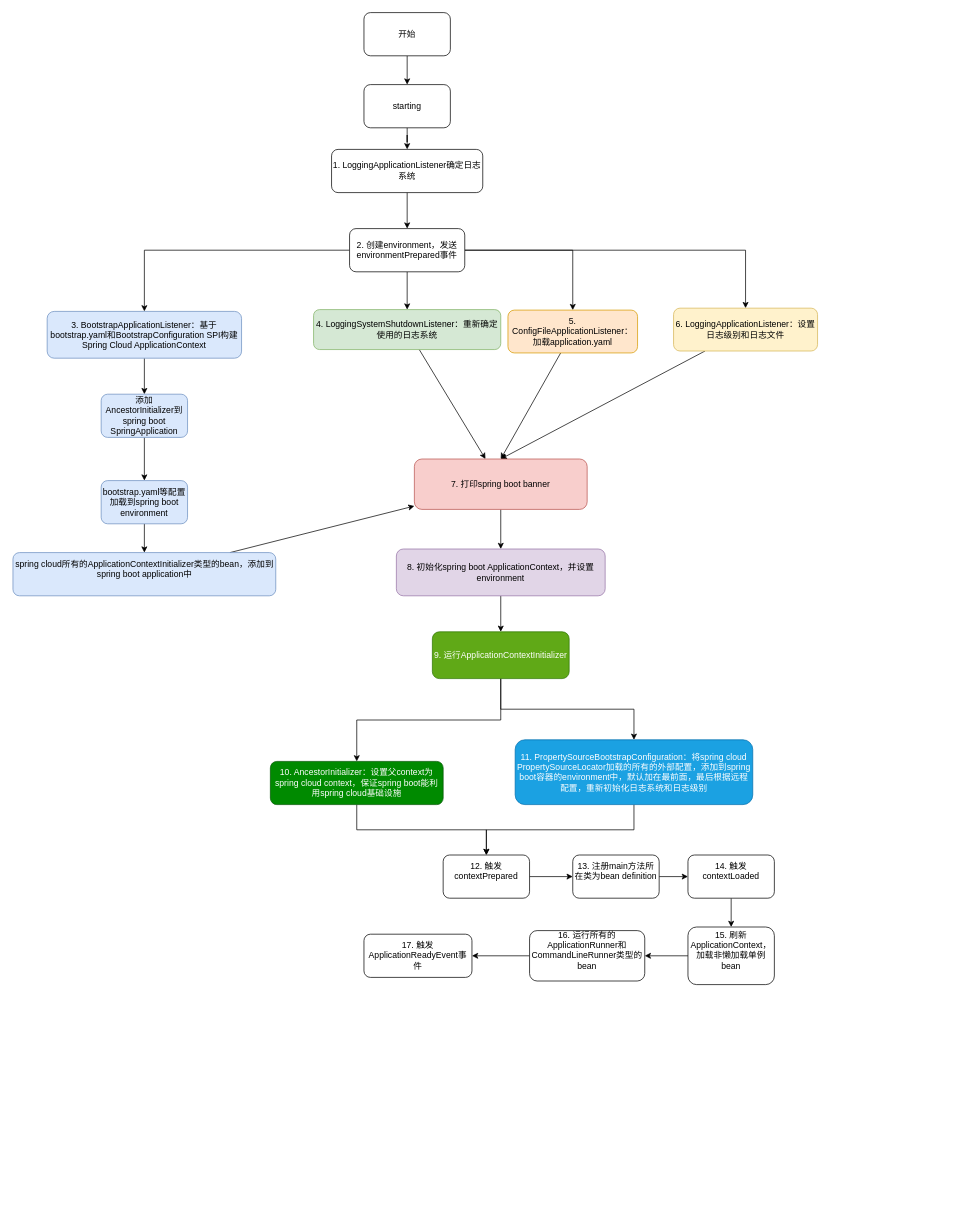
jessin20161124/javase1 keeps this draw.io diagram as spring boot整体运行过程.drawio. Above is the earlier version. Source tidied: cells renumbered, new cells numbered last; positions are measured from the earlier drawing's top-left corner, leaving out a move shared by most shapes. Both pictures are drawn from the tidied source at 72%, with x=0, y=0 at pixel (12, 12).
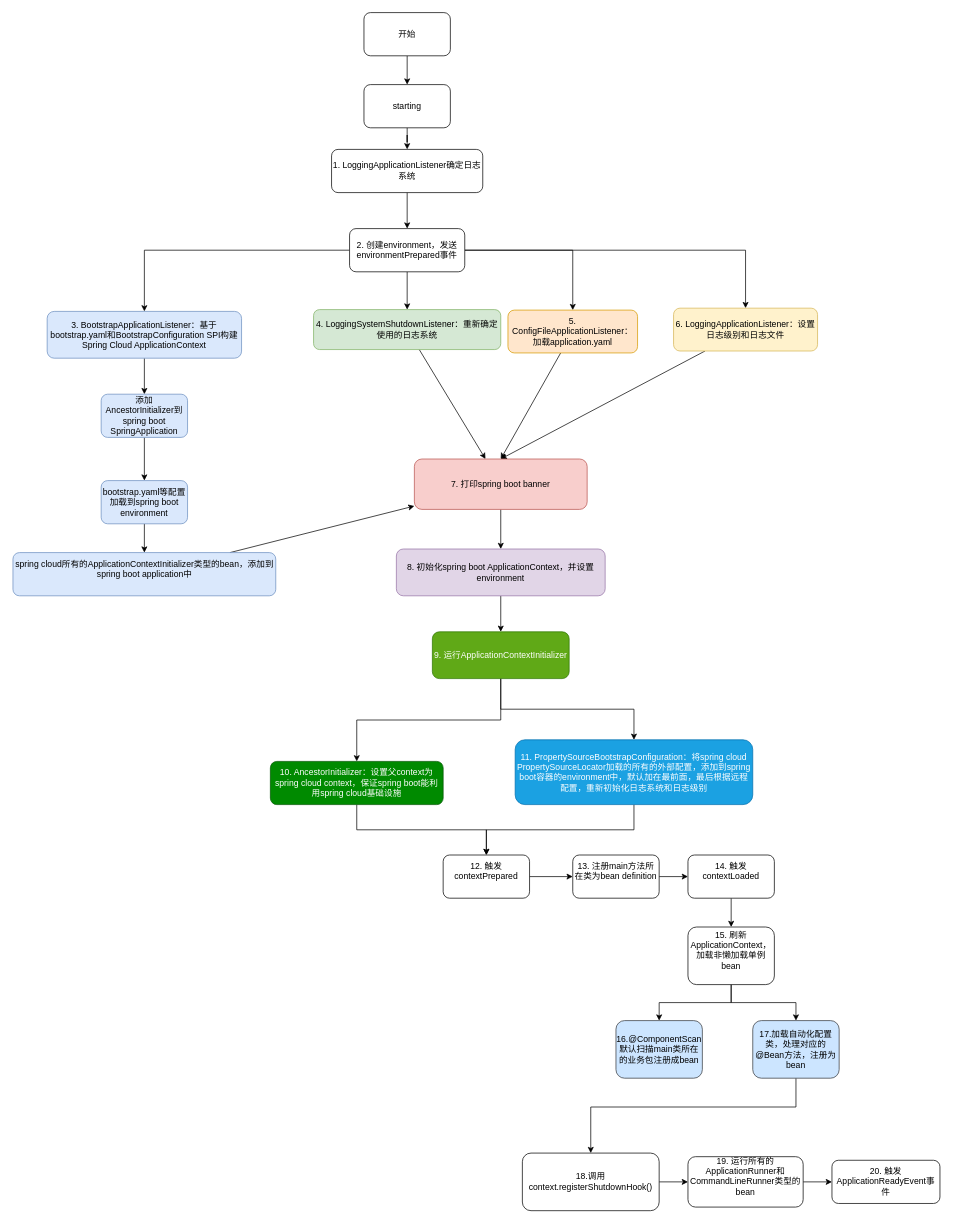
Above is the later version.

Commit message:
更新spring boot整体运行过程

The change refers to these unchanged cells:
```xml
<mxCell id="45" value="&lt;div&gt;&lt;div&gt;&lt;div&gt;15. 刷新ApplicationContext，加载非懒加载单例bean&lt;/div&gt;&lt;/div&gt;&lt;/div&gt;&lt;div&gt;&lt;br&gt;&lt;/div&gt;" style="rounded=1;whiteSpace=wrap;html=1;" parent="1" vertex="1">
  <mxGeometry x="938" y="1270" width="120" height="80" as="geometry" />
</mxCell>
```

Change to the diagram source:
```diff
@@
-    <mxCell id="44" style="edgeStyle=orthogonalEdgeStyle;rounded=0;jettySize=auto;html=1;" parent="1" edge="1" source="45" target="47">
-      <mxGeometry relative="1" as="geometry" />
-    </mxCell>
+    <mxCell id="49" style="edgeStyle=orthogonalEdgeStyle;rounded=0;jettySize=auto;html=1;" parent="1" edge="1" source="45" target="51">
+      <mxGeometry relative="1" as="geometry" />
+    </mxCell>
+    <mxCell id="50" style="edgeStyle=orthogonalEdgeStyle;rounded=0;jettySize=auto;html=1;" parent="1" edge="1" source="45" target="53">
+      <mxGeometry relative="1" as="geometry" />
+    </mxCell>
@@
-    <mxCell id="46" style="edgeStyle=orthogonalEdgeStyle;rounded=0;jettySize=auto;html=1;entryX=1;entryY=0.5;entryDx=0;entryDy=0;" parent="1" edge="1" source="47" target="48">
+    <mxCell id="46" style="edgeStyle=orthogonalEdgeStyle;rounded=0;jettySize=auto;html=1;entryX=0;entryY=0.5;entryDx=0;entryDy=0;" parent="1" edge="1" source="47" target="48">
       <mxGeometry relative="1" as="geometry" />
     </mxCell>
-    <mxCell id="47" value="&lt;div&gt;&lt;div&gt;&lt;div&gt;&lt;div&gt;16. 运行所有的ApplicationRunner和CommandLineRunner类型的bean&lt;/div&gt;&lt;/div&gt;&lt;/div&gt;&lt;/div&gt;&lt;div&gt;&lt;br&gt;&lt;/div&gt;" style="rounded=1;whiteSpace=wrap;html=1;" parent="1" vertex="1">
-      <mxGeometry x="718" y="1275" width="160" height="70" as="geometry" />
+    <mxCell id="47" value="&lt;div&gt;&lt;div&gt;&lt;div&gt;&lt;div&gt;19. 运行所有的ApplicationRunner和CommandLineRunner类型的bean&lt;/div&gt;&lt;/div&gt;&lt;/div&gt;&lt;/div&gt;&lt;div&gt;&lt;br&gt;&lt;/div&gt;" style="rounded=1;whiteSpace=wrap;html=1;" parent="1" vertex="1">
+      <mxGeometry x="938" y="1589" width="160" height="70" as="geometry" />
     </mxCell>
-    <mxCell id="48" value="17. 触发ApplicationReadyEvent事件" style="rounded=1;whiteSpace=wrap;html=1;" parent="1" vertex="1">
-      <mxGeometry x="488" y="1280" width="150" height="60" as="geometry" />
+    <mxCell id="48" value="20. 触发ApplicationReadyEvent事件" style="rounded=1;whiteSpace=wrap;html=1;" parent="1" vertex="1">
+      <mxGeometry x="1138" y="1594" width="150" height="60" as="geometry" />
     </mxCell>
+    <mxCell id="51" value="&lt;div&gt;&lt;div&gt;&lt;div&gt;16.@ComponentScan默认扫描main类所在的业务包注册成bean&lt;br&gt;&lt;/div&gt;&lt;/div&gt;&lt;/div&gt;" style="rounded=1;whiteSpace=wrap;html=1;fillColor=#cce5ff;strokeColor=#36393d;" parent="1" vertex="1">
+      <mxGeometry x="838" y="1400" width="120" height="80" as="geometry" />
+    </mxCell>
+    <mxCell id="52" style="edgeStyle=orthogonalEdgeStyle;rounded=0;jettySize=auto;html=1;" parent="1" edge="1" source="53" target="55">
+      <mxGeometry relative="1" as="geometry">
+        <Array as="points">
+          <mxPoint x="1088" y="1520" />
+          <mxPoint x="803" y="1520" />
+        </Array>
+      </mxGeometry>
+    </mxCell>
+    <mxCell id="53" value="&lt;div&gt;&lt;div&gt;&lt;div&gt;17.加载自动化配置类，处理对应的@Bean方法，注册为bean&lt;br&gt;&lt;/div&gt;&lt;/div&gt;&lt;/div&gt;" style="rounded=1;whiteSpace=wrap;html=1;fillColor=#cce5ff;strokeColor=#36393d;" parent="1" vertex="1">
+      <mxGeometry x="1028" y="1400" width="120" height="80" as="geometry" />
+    </mxCell>
+    <mxCell id="54" style="edgeStyle=orthogonalEdgeStyle;rounded=0;jettySize=auto;html=1;entryX=0;entryY=0.5;entryDx=0;entryDy=0;" parent="1" edge="1" source="55" target="47">
+      <mxGeometry relative="1" as="geometry" />
+    </mxCell>
+    <mxCell id="55" value="&lt;div&gt;&lt;div&gt;&lt;div&gt;18.调用context.registerShutdownHook()&lt;br&gt;&lt;/div&gt;&lt;/div&gt;&lt;/div&gt;" style="rounded=1;whiteSpace=wrap;html=1;" parent="1" vertex="1">
+      <mxGeometry x="708" y="1584" width="190" height="80" as="geometry" />
+    </mxCell>
```
